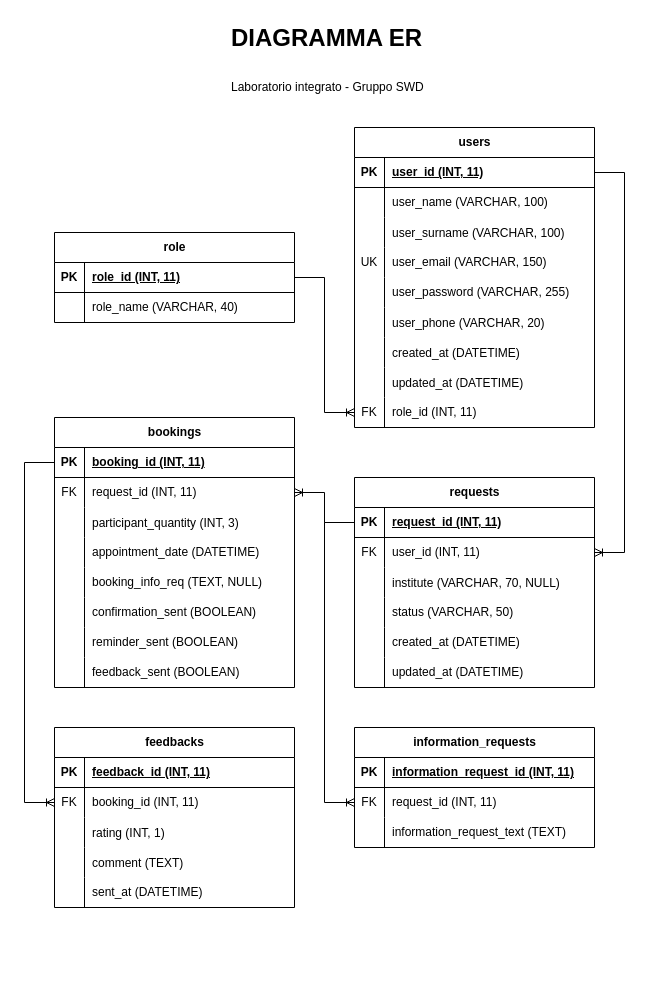
This is TripleHelix.drawio from castits/TripleHelix, a draw.io file, before an edit. Source tidied: cells renumbered, new cells numbered last; positions are measured from the earlier drawing's top-left corner, leaving out a move shared by most shapes. Both pictures are drawn from the tidied source at 100%, with x=0, y=0 at pixel (24, 17).
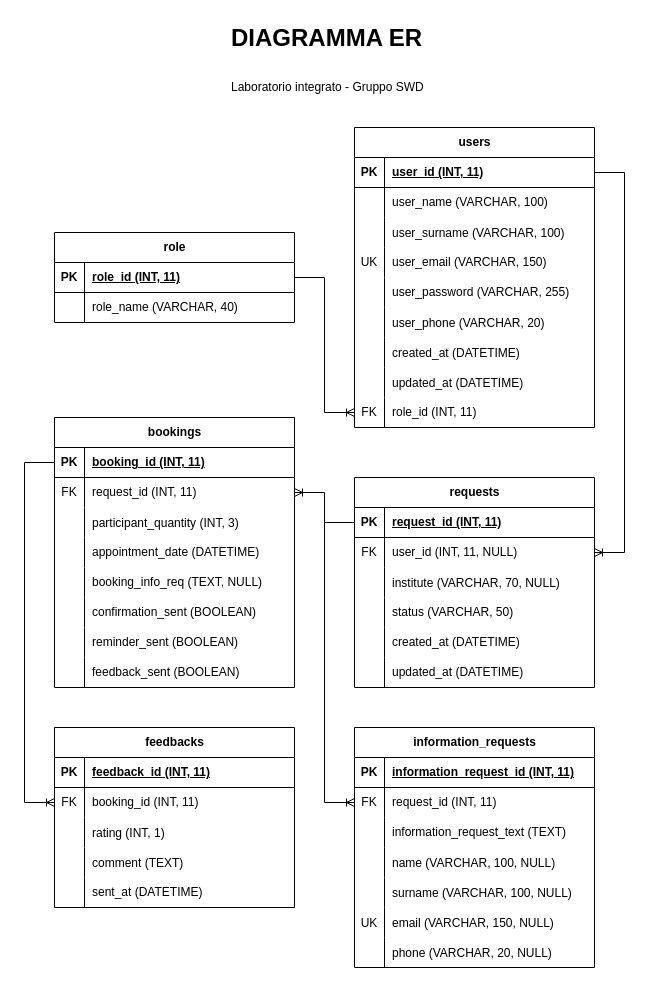
Above is the later version.

The change refers to these unchanged cells:
```xml
<mxCell id="34" style="shape=tableRow;horizontal=0;startSize=0;swimlaneHead=0;swimlaneBody=0;fillColor=none;points=[[0,0.5],[1,0.5]];portConstraint=eastwest;top=0;left=0;right=0;bottom=0;" parent="30" vertex="1">
  <mxGeometry y="60" width="240" height="30" as="geometry" />
</mxCell>
```

Diff of the diagram source:
```diff
@@
-    <mxCell id="36" value="user_id (INT, 11)" style="shape=partialRectangle;fillColor=none;top=0;left=0;bottom=0;right=0;align=left;spacingLeft=6;overflow=hidden;whiteSpace=wrap;html=1;" parent="34" vertex="1">
+    <mxCell id="36" value="user_id (INT, 11, NULL)" style="shape=partialRectangle;fillColor=none;top=0;left=0;bottom=0;right=0;align=left;spacingLeft=6;overflow=hidden;whiteSpace=wrap;html=1;" parent="34" vertex="1">
       <mxGeometry x="30" width="210" height="30" as="geometry" />
     </mxCell>
@@
     <mxCell id="49" value="information_requests" style="shape=table;startSize=30;childLayout=tableLayout;rowLines=0;fontStyle=1;align=center;html=1;" parent="1" vertex="1">
-      <mxGeometry x="330" y="710" width="240" height="120" as="geometry" />
+      <mxGeometry x="330" y="710" width="240" height="240" as="geometry" />
     </mxCell>
@@
+    <mxCell id="113" style="shape=tableRow;horizontal=0;startSize=0;swimlaneHead=0;swimlaneBody=0;fillColor=none;top=0;left=0;right=0;bottom=0;" parent="49" vertex="1">
+      <mxGeometry y="120" width="240" height="30" as="geometry" />
+    </mxCell>
+    <mxCell id="114" style="shape=partialRectangle;fillColor=none;top=0;left=0;bottom=0;right=0;overflow=hidden;" parent="113" vertex="1">
+      <mxGeometry width="30" height="30" as="geometry" />
+    </mxCell>
+    <mxCell id="115" value="name (VARCHAR, 100, NULL)" style="shape=partialRectangle;fillColor=none;top=0;left=0;bottom=0;right=0;align=left;spacingLeft=6;overflow=hidden;" parent="113" vertex="1">
+      <mxGeometry x="30" width="210" height="30" as="geometry" />
+    </mxCell>
+    <mxCell id="116" style="shape=tableRow;horizontal=0;startSize=0;swimlaneHead=0;swimlaneBody=0;fillColor=none;top=0;left=0;right=0;bottom=0;" parent="49" vertex="1">
+      <mxGeometry y="150" width="240" height="30" as="geometry" />
+    </mxCell>
+    <mxCell id="117" style="shape=partialRectangle;fillColor=none;top=0;left=0;bottom=0;right=0;overflow=hidden;" parent="116" vertex="1">
+      <mxGeometry width="30" height="30" as="geometry" />
+    </mxCell>
+    <mxCell id="118" value="surname (VARCHAR, 100, NULL)" style="shape=partialRectangle;fillColor=none;top=0;left=0;bottom=0;right=0;align=left;spacingLeft=6;overflow=hidden;" parent="116" vertex="1">
+      <mxGeometry x="30" width="210" height="30" as="geometry" />
+    </mxCell>
+    <mxCell id="119" style="shape=tableRow;horizontal=0;startSize=0;swimlaneHead=0;swimlaneBody=0;fillColor=none;top=0;left=0;right=0;bottom=0;" parent="49" vertex="1">
+      <mxGeometry y="180" width="240" height="30" as="geometry" />
+    </mxCell>
+    <mxCell id="120" value="UK" style="shape=partialRectangle;fillColor=none;top=0;left=0;bottom=0;right=0;overflow=hidden;" parent="119" vertex="1">
+      <mxGeometry width="30" height="30" as="geometry" />
+    </mxCell>
+    <mxCell id="121" value="email (VARCHAR, 150, NULL)" style="shape=partialRectangle;fillColor=none;top=0;left=0;bottom=0;right=0;align=left;spacingLeft=6;overflow=hidden;" parent="119" vertex="1">
+      <mxGeometry x="30" width="210" height="30" as="geometry" />
+    </mxCell>
+    <mxCell id="122" style="shape=tableRow;horizontal=0;startSize=0;swimlaneHead=0;swimlaneBody=0;fillColor=none;top=0;left=0;right=0;bottom=0;" parent="49" vertex="1">
+      <mxGeometry y="210" width="240" height="30" as="geometry" />
+    </mxCell>
+    <mxCell id="123" style="shape=partialRectangle;fillColor=none;top=0;left=0;bottom=0;right=0;overflow=hidden;" parent="122" vertex="1">
+      <mxGeometry width="30" height="30" as="geometry" />
+    </mxCell>
+    <mxCell id="124" value="phone (VARCHAR, 20, NULL)" style="shape=partialRectangle;fillColor=none;top=0;left=0;bottom=0;right=0;align=left;spacingLeft=6;overflow=hidden;" parent="122" vertex="1">
+      <mxGeometry x="30" width="210" height="30" as="geometry" />
+    </mxCell>
```
